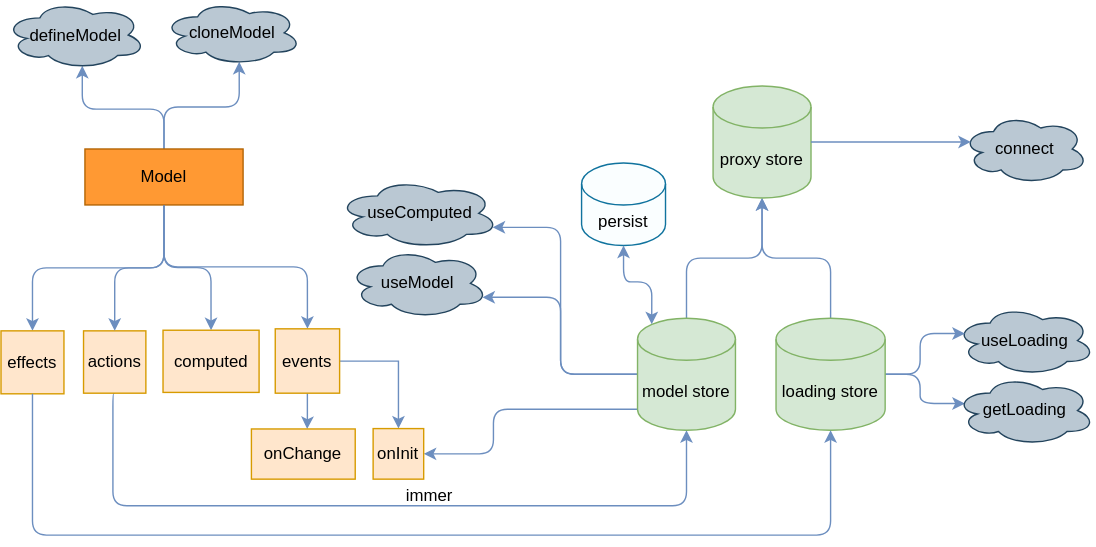
This is docs/mindMap.svg from foca-js/foca, a draw.io export, as it was before one commit. Source tidied: cells renumbered, new cells last; positions are measured from the earlier drawing's top-left corner, leaving out a move shared by most shapes.
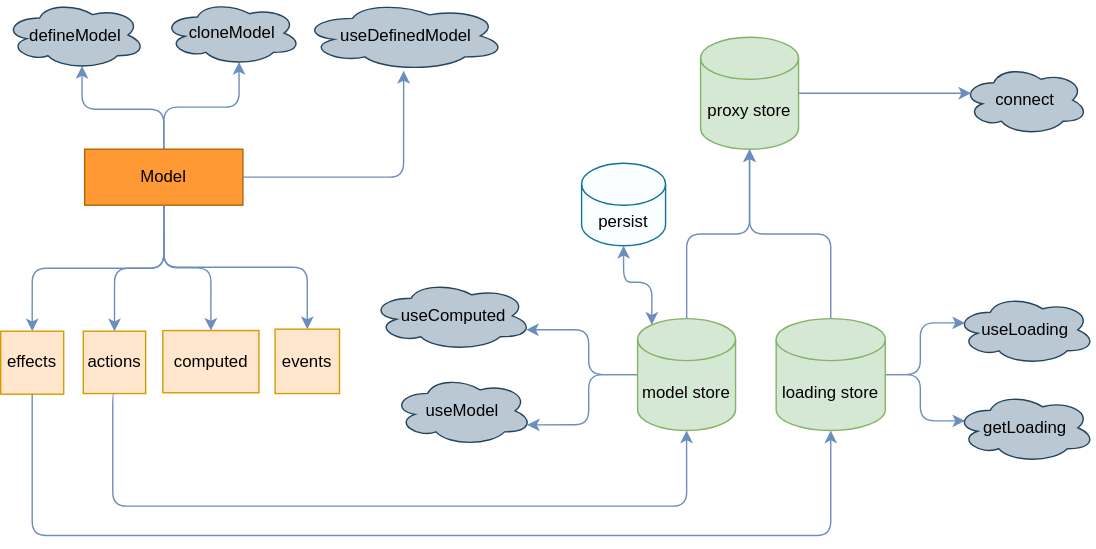
After the commit.

Change to the diagram source:
```diff
@@ -28,32 +28,41 @@
     <mxCell id="8" style="edgeStyle=orthogonalEdgeStyle;rounded=1;jettySize=auto;html=1;entryX=0.5;entryY=0;entryDx=0;entryDy=0;exitX=0.5;exitY=1;exitDx=0;exitDy=0;fillColor=#dae8fc;strokeColor=#6c8ebf;" parent="1" edge="1" source="9" target="13">
       <mxGeometry relative="1" as="geometry" />
     </mxCell>
+    <mxCell id="40" style="edgeStyle=orthogonalEdgeStyle;jettySize=auto;html=1;rounded=1;fillColor=#dae8fc;strokeColor=#6c8ebf;" parent="1" edge="1" source="9" target="41">
+      <mxGeometry relative="1" as="geometry" />
+    </mxCell>
     <mxCell id="9" value="Model" style="rounded=0;whiteSpace=wrap;html=1;fillColor=#FF9933;strokeColor=#b46504;shadow=0;" parent="1" vertex="1">
       <mxGeometry x="60" y="106" width="113" height="40" as="geometry" />
     </mxCell>
     <mxCell id="10" value="effects" style="whiteSpace=wrap;html=1;fillColor=#ffe6cc;strokeColor=#d79b00;" parent="1" vertex="1">
       <mxGeometry y="236" width="45" height="45" as="geometry" />
     </mxCell>
-    <mxCell id="11" style="edgeStyle=orthogonalEdgeStyle;rounded=0;jettySize=auto;html=1;fontSize=16;fillColor=#dae8fc;strokeColor=#6c8ebf;" parent="1" edge="1" source="13" target="30">
-      <mxGeometry relative="1" as="geometry" />
-    </mxCell>
-    <mxCell id="12" style="edgeStyle=orthogonalEdgeStyle;rounded=0;jettySize=auto;html=1;entryX=0.537;entryY=0.001;entryDx=0;entryDy=0;entryPerimeter=0;fillColor=#dae8fc;strokeColor=#6c8ebf;" parent="1" edge="1" source="13" target="35">
-      <mxGeometry relative="1" as="geometry" />
-    </mxCell>
     <mxCell id="13" value="events" style="whiteSpace=wrap;html=1;fillColor=#ffe6cc;strokeColor=#d79b00;" parent="1" vertex="1">
       <mxGeometry x="196" y="234.5" width="46" height="46" as="geometry" />
     </mxCell>
     <mxCell id="14" value="connect" style="ellipse;shape=cloud;whiteSpace=wrap;html=1;shadow=0;fillColor=#bac8d3;strokeColor=#23445d;" parent="1" vertex="1">
-      <mxGeometry x="687" y="81" width="90" height="50" as="geometry" />
+      <mxGeometry x="687" y="46" width="90" height="50" as="geometry" />
     </mxCell>
     <mxCell id="15" value="useLoading" style="ellipse;shape=cloud;whiteSpace=wrap;html=1;shadow=0;strokeColor=#23445d;fillColor=#bac8d3;" parent="1" vertex="1">
-      <mxGeometry x="682" y="217.9" width="100" height="50" as="geometry" />
+      <mxGeometry x="682" y="210" width="100" height="50" as="geometry" />
     </mxCell>
     <mxCell id="16" style="edgeStyle=orthogonalEdgeStyle;rounded=1;jettySize=auto;html=1;entryX=0.07;entryY=0.4;entryDx=0;entryDy=0;entryPerimeter=0;fillColor=#dae8fc;strokeColor=#6c8ebf;" parent="1" edge="1" source="19" target="26">
-      <mxGeometry relative="1" as="geometry" />
+      <mxGeometry relative="1" as="geometry">
+        <Array as="points">
+          <mxPoint x="657" y="267" />
+          <mxPoint x="657" y="300" />
+          <mxPoint x="689" y="300" />
+        </Array>
+      </mxGeometry>
     </mxCell>
     <mxCell id="17" style="edgeStyle=orthogonalEdgeStyle;rounded=1;jettySize=auto;html=1;entryX=0.07;entryY=0.4;entryDx=0;entryDy=0;entryPerimeter=0;fillColor=#dae8fc;strokeColor=#6c8ebf;" parent="1" edge="1" source="19" target="15">
-      <mxGeometry relative="1" as="geometry" />
+      <mxGeometry relative="1" as="geometry">
+        <Array as="points">
+          <mxPoint x="657" y="267" />
+          <mxPoint x="657" y="230" />
+          <mxPoint x="689" y="230" />
+        </Array>
+      </mxGeometry>
     </mxCell>
     <mxCell id="18" style="edgeStyle=orthogonalEdgeStyle;rounded=1;jettySize=auto;html=1;fillColor=#dae8fc;strokeColor=#6c8ebf;" parent="1" edge="1" source="19" target="25">
       <mxGeometry relative="1" as="geometry" />
@@ -61,30 +70,22 @@
     <mxCell id="19" value="loading store" style="shape=cylinder3;whiteSpace=wrap;html=1;boundedLbl=1;backgroundOutline=1;size=15;shadow=0;strokeColor=#82b366;fillColor=#d5e8d4;" parent="1" vertex="1">
       <mxGeometry x="554" y="227" width="78" height="80" as="geometry" />
     </mxCell>
-    <mxCell id="20" style="edgeStyle=orthogonalEdgeStyle;rounded=1;jettySize=auto;html=1;exitX=0;exitY=1;exitDx=0;exitDy=-15;exitPerimeter=0;entryX=1;entryY=0.5;entryDx=0;entryDy=0;fillColor=#dae8fc;strokeColor=#6c8ebf;" parent="1" edge="1" source="24" target="30">
-      <mxGeometry relative="1" as="geometry">
-        <Array as="points">
-          <mxPoint x="352" y="292" />
-          <mxPoint x="352" y="324" />
-        </Array>
-      </mxGeometry>
-    </mxCell>
     <mxCell id="21" style="edgeStyle=orthogonalEdgeStyle;rounded=1;jettySize=auto;html=1;fillColor=#dae8fc;strokeColor=#6c8ebf;" parent="1" edge="1" source="24" target="25">
       <mxGeometry relative="1" as="geometry" />
     </mxCell>
-    <mxCell id="22" style="edgeStyle=orthogonalEdgeStyle;rounded=1;jettySize=auto;html=1;entryX=0.96;entryY=0.7;entryDx=0;entryDy=0;entryPerimeter=0;fillColor=#dae8fc;strokeColor=#6c8ebf;" parent="1" edge="1" source="24" target="27">
+    <mxCell id="22" style="edgeStyle=orthogonalEdgeStyle;rounded=1;jettySize=auto;html=1;fillColor=#dae8fc;strokeColor=#6c8ebf;entryX=0.96;entryY=0.7;entryDx=0;entryDy=0;entryPerimeter=0;" parent="1" edge="1" source="24" target="27">
       <mxGeometry relative="1" as="geometry">
         <Array as="points">
-          <mxPoint x="400" y="267" />
-          <mxPoint x="400" y="212" />
+          <mxPoint x="420" y="267" />
+          <mxPoint x="420" y="303" />
         </Array>
       </mxGeometry>
     </mxCell>
     <mxCell id="23" style="edgeStyle=orthogonalEdgeStyle;rounded=1;jettySize=auto;html=1;entryX=0.96;entryY=0.7;entryDx=0;entryDy=0;entryPerimeter=0;fillColor=#dae8fc;strokeColor=#6c8ebf;" parent="1" edge="1" source="24" target="38">
       <mxGeometry relative="1" as="geometry">
         <Array as="points">
-          <mxPoint x="400" y="267" />
-          <mxPoint x="400" y="162" />
+          <mxPoint x="420" y="267" />
+          <mxPoint x="420" y="235" />
         </Array>
       </mxGeometry>
     </mxCell>
@@ -92,13 +93,13 @@
       <mxGeometry x="455" y="227" width="70" height="80" as="geometry" />
     </mxCell>
     <mxCell id="25" value="proxy store" style="shape=cylinder3;whiteSpace=wrap;html=1;boundedLbl=1;backgroundOutline=1;size=15;shadow=0;strokeColor=#82b366;fillColor=#d5e8d4;" parent="1" vertex="1">
-      <mxGeometry x="509" y="61" width="70" height="80" as="geometry" />
+      <mxGeometry x="500" y="26" width="70" height="80" as="geometry" />
     </mxCell>
     <mxCell id="26" value="getLoading" style="ellipse;shape=cloud;whiteSpace=wrap;html=1;shadow=0;strokeColor=#23445d;fillColor=#bac8d3;" parent="1" vertex="1">
-      <mxGeometry x="682" y="267.9" width="100" height="50" as="geometry" />
+      <mxGeometry x="682" y="280" width="100" height="50" as="geometry" />
     </mxCell>
     <mxCell id="27" value="useModel" style="ellipse;shape=cloud;whiteSpace=wrap;html=1;shadow=0;strokeColor=#23445d;fillColor=#bac8d3;" parent="1" vertex="1">
-      <mxGeometry x="248.1" y="177" width="100" height="50" as="geometry" />
+      <mxGeometry x="280" y="267.9" width="100" height="50" as="geometry" />
     </mxCell>
     <mxCell id="28" style="edgeStyle=elbowEdgeStyle;elbow=horizontal;endArrow=classic;html=1;rounded=1;exitX=0.5;exitY=1;exitDx=0;exitDy=0;entryX=0.5;entryY=1;entryDx=0;entryDy=0;entryPerimeter=0;fillColor=#dae8fc;strokeColor=#6c8ebf;" parent="1" edge="1" source="10" target="19">
       <mxGeometry relative="1" as="geometry">
@@ -110,9 +111,6 @@
     <mxCell id="29" style="endArrow=classic;html=1;rounded=1;entryX=0.07;entryY=0.4;entryDx=0;entryDy=0;entryPerimeter=0;exitX=1;exitY=0.5;exitDx=0;exitDy=0;exitPerimeter=0;fillColor=#dae8fc;strokeColor=#6c8ebf;" parent="1" edge="1" source="25" target="14">
       <mxGeometry relative="1" as="geometry" />
     </mxCell>
-    <mxCell id="30" value="onInit" style="whiteSpace=wrap;html=1;fillColor=#ffe6cc;strokeColor=#d79b00;" parent="1" vertex="1">
-      <mxGeometry x="266" y="305.9" width="36.1" height="36.1" as="geometry" />
-    </mxCell>
     <mxCell id="31" value="defineModel" style="ellipse;shape=cloud;whiteSpace=wrap;html=1;fillColor=#bac8d3;rounded=0;shadow=0;strokeColor=#23445d;" parent="1" vertex="1">
       <mxGeometry x="2.5" width="101" height="49" as="geometry" />
     </mxCell>
@@ -122,12 +120,6 @@
     <mxCell id="33" value="persist" style="shape=cylinder3;whiteSpace=wrap;html=1;boundedLbl=1;backgroundOutline=1;size=15;fillColor=#FAFEFF;strokeColor=#10739e;sketch=0;" parent="1" vertex="1">
       <mxGeometry x="415" y="116" width="60" height="59" as="geometry" />
     </mxCell>
-    <mxCell id="34" value="immer" style="text;strokeColor=none;fillColor=none;html=1;fontSize=12;fontStyle=0;verticalAlign=middle;align=center;sketch=0;opacity=40;rotation=0;" parent="1" vertex="1">
-      <mxGeometry x="266" y="343" width="80" height="22" as="geometry" />
-    </mxCell>
-    <mxCell id="35" value="&lt;span&gt;onChange&lt;/span&gt;" style="whiteSpace=wrap;html=1;fillColor=#ffe6cc;strokeColor=#d79b00;" parent="1" vertex="1">
-      <mxGeometry x="179" y="306.1" width="74.2" height="35.9" as="geometry" />
-    </mxCell>
     <mxCell id="36" style="edgeStyle=orthogonalEdgeStyle;rounded=1;jettySize=auto;html=1;exitX=0.5;exitY=1;exitDx=0;exitDy=0;entryX=0.5;entryY=0;entryDx=0;entryDy=0;fillColor=#dae8fc;strokeColor=#6c8ebf;" parent="1" edge="1" source="9" target="37">
       <mxGeometry relative="1" as="geometry" />
     </mxCell>
@@ -135,10 +127,13 @@
       <mxGeometry x="115.8" y="235.5" width="68.7" height="44.5" as="geometry" />
     </mxCell>
     <mxCell id="38" value="&amp;nbsp;useComputed" style="ellipse;shape=cloud;whiteSpace=wrap;html=1;shadow=0;strokeColor=#23445d;fillColor=#bac8d3;" parent="1" vertex="1">
-      <mxGeometry x="240.2" y="127" width="115.8" height="50" as="geometry" />
+      <mxGeometry x="264.2" y="200" width="115.8" height="50" as="geometry" />
     </mxCell>
     <mxCell id="39" style="endArrow=classic;startArrow=classic;html=1;rounded=1;edgeStyle=orthogonalEdgeStyle;entryX=0.5;entryY=1;entryDx=0;entryDy=0;entryPerimeter=0;exitX=0.145;exitY=0;exitDx=0;exitDy=4.35;exitPerimeter=0;fillColor=#dae8fc;strokeColor=#6c8ebf;" parent="1" edge="1" source="24" target="33">
       <mxGeometry relative="1" as="geometry" />
     </mxCell>
+    <mxCell id="41" value="&amp;nbsp;useDefinedModel" style="ellipse;shape=cloud;whiteSpace=wrap;html=1;fillColor=#bac8d3;strokeColor=#23445d;" parent="1" vertex="1">
+      <mxGeometry x="214.8" width="146.1" height="50" as="geometry" />
+    </mxCell>
   </root>
 </mxGraphModel>
```
